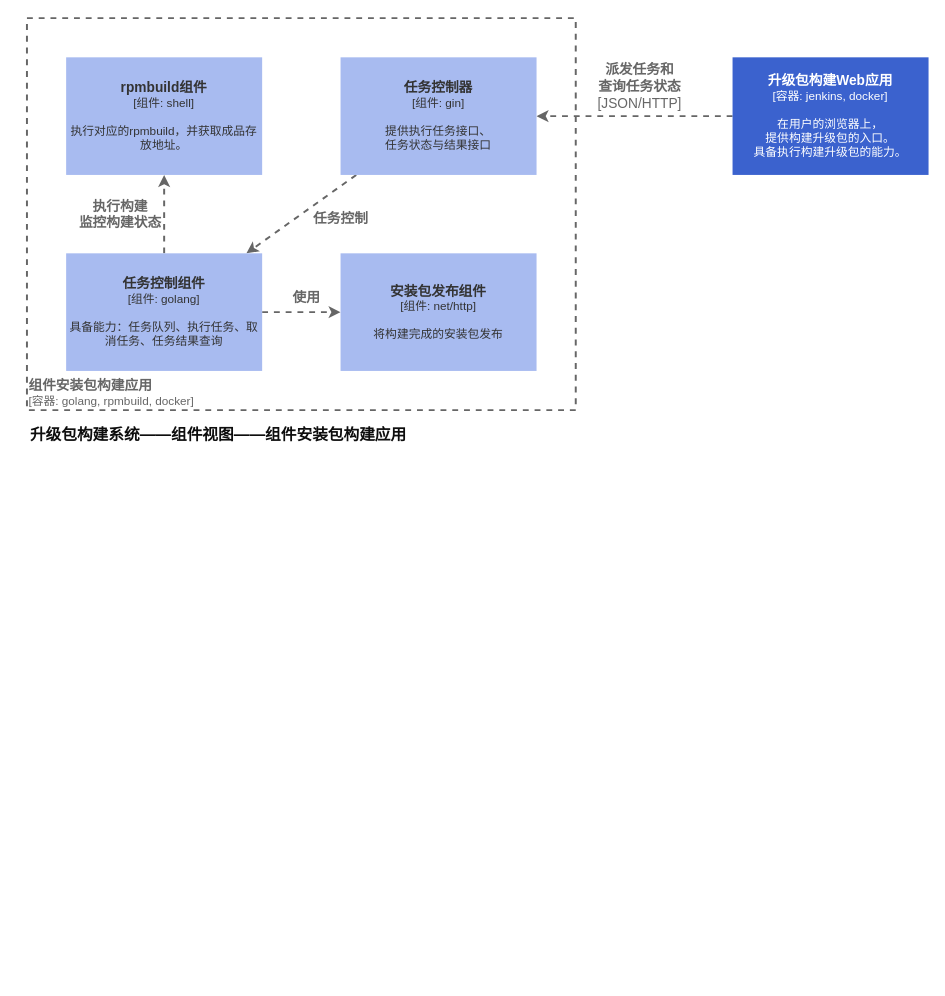
xiahaohai123/Blog keeps this draw.io diagram as page "交互图" (4 of 4) of Programmar/project/upgrade_package_factory/构建demo设计图.drawio. Above is the earlier version. Source tidied: cells renumbered, new cells numbered last; positions are measured from the earlier drawing's top-left corner, leaving out a move shared by most shapes. Both pictures are drawn from the tidied source at 98%, with x=0, y=0 at pixel (17, 18).
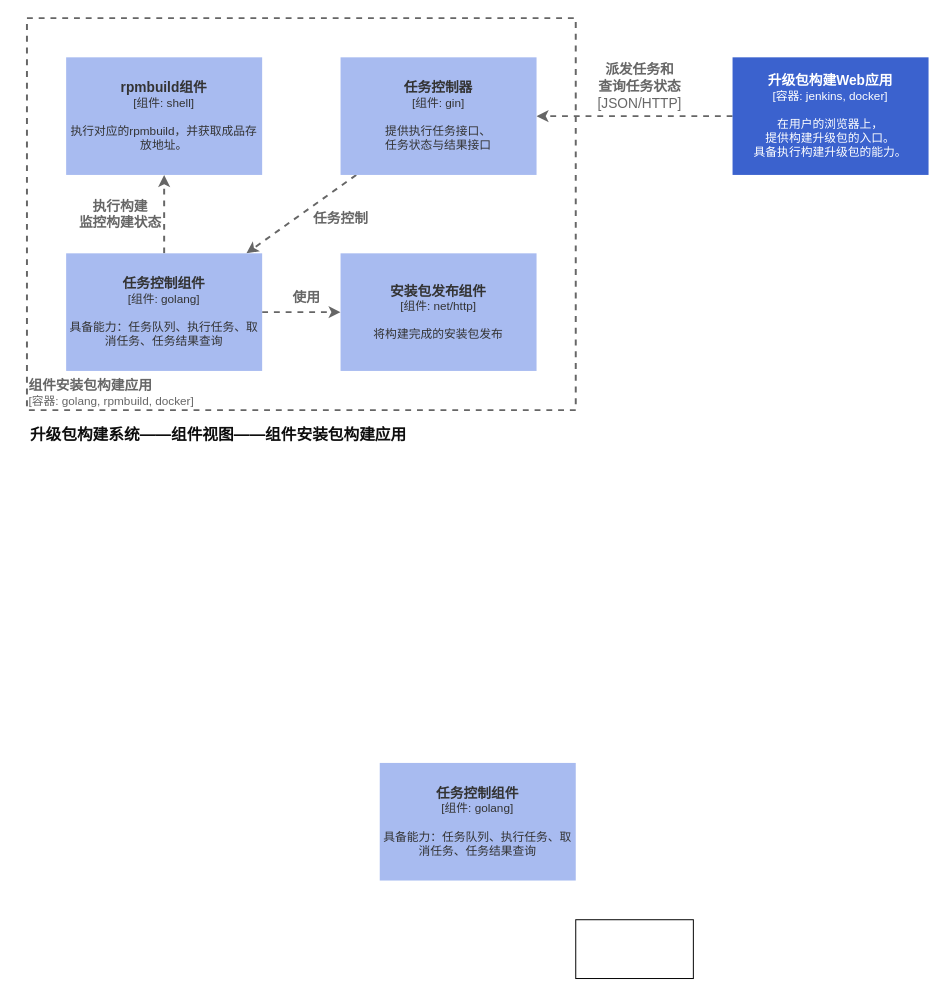
The same diagram, later.

What changed in the source:
```diff
@@
 <mxGraphModel>
   <root>
     <mxCell id="0" />
     <mxCell id="1" parent="0" />
     <mxCell id="2" value="&lt;span style=&quot;font-size: 14px;&quot;&gt;&lt;b&gt;组件安装包构建应用&lt;br&gt;&lt;/b&gt;&lt;/span&gt;[容器: golang, rpmbuild, docker]" style="rounded=0;whiteSpace=wrap;html=1;fontSize=12;fontColor=#666666;strokeColor=#666666;fillColor=none;align=left;verticalAlign=bottom;dashed=1;strokeWidth=2;" parent="1" vertex="1">
       <mxGeometry x="10" width="560" height="400" as="geometry" />
     </mxCell>
     <mxCell id="3" style="edgeStyle=none;rounded=1;jettySize=auto;html=1;dashed=1;strokeColor=#666666;strokeWidth=2;fontSize=14;fontColor=#666666;" parent="1" edge="1" source="4" target="8">
       <mxGeometry relative="1" as="geometry" />
     </mxCell>
     <mxCell id="4" value="&lt;span style=&quot;font-size: 14px;&quot;&gt;&lt;b&gt;升级包构建Web应用&lt;br&gt;&lt;/b&gt;&lt;/span&gt;[容器: jenkins, docker]&lt;br&gt;&lt;br&gt;在用户的浏览器上，&lt;br&gt;提供构建升级包的入口。&lt;br&gt;具备执行构建升级包的能力。" style="rounded=0;whiteSpace=wrap;html=1;fontSize=12;fontColor=#FFFFFF;strokeColor=none;fillColor=#3B62CE;" parent="1" vertex="1">
       <mxGeometry x="730" y="40" width="200" height="120" as="geometry" />
     </mxCell>
     <mxCell id="5" value="&lt;b&gt;派发任务和&lt;br&gt;查询任务状态&lt;/b&gt;&lt;br&gt;[JSON/HTTP]" style="text;html=1;align=center;verticalAlign=middle;strokeColor=none;fillColor=none;fontSize=14;fontColor=#666666;" parent="1" vertex="1">
       <mxGeometry x="580" y="40" width="110" height="60" as="geometry" />
     </mxCell>
     <mxCell id="6" value="&lt;b&gt;升级包构建系统——组件视图——组件安装包构建应用&lt;/b&gt;" style="text;html=1;align=center;verticalAlign=middle;strokeColor=none;fillColor=none;fontSize=16;fontColor=#0D0D0D;spacing=2;" parent="1" vertex="1">
       <mxGeometry y="410" width="410" height="30" as="geometry" />
     </mxCell>
     <mxCell id="7" style="edgeStyle=none;rounded=1;jettySize=auto;html=1;dashed=1;strokeColor=#666666;strokeWidth=2;fontSize=16;fontColor=#333333;" parent="1" edge="1" source="8" target="11">
       <mxGeometry relative="1" as="geometry" />
     </mxCell>
     <mxCell id="8" value="&lt;span style=&quot;font-size: 14px;&quot;&gt;&lt;b&gt;任务控制器&lt;br&gt;&lt;/b&gt;&lt;/span&gt;[组件: gin]&lt;br&gt;&lt;br&gt;提供执行任务接口、&lt;br&gt;任务状态与结果接口" style="rounded=0;whiteSpace=wrap;html=1;fontSize=12;fontColor=#333333;strokeColor=none;fillColor=#A8BBF0;" parent="1" vertex="1">
       <mxGeometry x="330" y="40" width="200" height="120" as="geometry" />
     </mxCell>
     <mxCell id="9" style="edgeStyle=none;rounded=1;jettySize=auto;html=1;dashed=1;strokeColor=#666666;strokeWidth=2;fontSize=16;fontColor=#333333;" parent="1" edge="1" source="11" target="12">
       <mxGeometry relative="1" as="geometry" />
     </mxCell>
     <mxCell id="10" style="edgeStyle=none;rounded=1;jettySize=auto;html=1;dashed=1;strokeColor=#666666;strokeWidth=2;fontSize=16;fontColor=#333333;" parent="1" edge="1" source="11" target="13">
       <mxGeometry relative="1" as="geometry" />
     </mxCell>
     <mxCell id="11" value="&lt;span style=&quot;font-size: 14px;&quot;&gt;&lt;b&gt;任务控制组件&lt;br&gt;&lt;/b&gt;&lt;/span&gt;[组件: golang]&lt;br&gt;&lt;br&gt;具备能力：任务队列、执行任务、取消任务、任务结果查询" style="rounded=0;whiteSpace=wrap;html=1;fontSize=12;fontColor=#333333;strokeColor=none;fillColor=#A8BBF0;" parent="1" vertex="1">
       <mxGeometry x="50" y="240" width="200" height="120" as="geometry" />
     </mxCell>
     <mxCell id="12" value="&lt;span style=&quot;font-size: 14px;&quot;&gt;&lt;b&gt;rpmbuild组件&lt;br&gt;&lt;/b&gt;&lt;/span&gt;[组件: shell]&lt;br&gt;&lt;br&gt;执行对应的rpmbuild，并获取成品存放地址。" style="rounded=0;whiteSpace=wrap;html=1;fontSize=12;fontColor=#333333;strokeColor=none;fillColor=#A8BBF0;" parent="1" vertex="1">
       <mxGeometry x="50" y="40" width="200" height="120" as="geometry" />
     </mxCell>
     <mxCell id="13" value="&lt;span style=&quot;font-size: 14px;&quot;&gt;&lt;b&gt;安装包发布组件&lt;br&gt;&lt;/b&gt;&lt;/span&gt;[组件: net/http]&lt;br&gt;&lt;br&gt;将构建完成的安装包发布" style="rounded=0;whiteSpace=wrap;html=1;fontSize=12;fontColor=#333333;strokeColor=none;fillColor=#A8BBF0;" parent="1" vertex="1">
       <mxGeometry x="330" y="240" width="200" height="120" as="geometry" />
     </mxCell>
     <mxCell id="14" value="任务控制" style="text;html=1;align=center;verticalAlign=middle;strokeColor=none;fillColor=none;fontSize=14;fontColor=#666666;fontStyle=1;" parent="1" vertex="1">
       <mxGeometry x="290" y="190" width="80" height="30" as="geometry" />
     </mxCell>
     <mxCell id="15" value="执行构建&lt;br&gt;监控构建状态" style="text;html=1;align=center;verticalAlign=middle;strokeColor=none;fillColor=none;fontSize=14;fontColor=#666666;fontStyle=1;" parent="1" vertex="1">
       <mxGeometry x="50" y="175" width="110" height="50" as="geometry" />
     </mxCell>
     <mxCell id="16" value="使用" style="text;html=1;align=center;verticalAlign=middle;strokeColor=none;fillColor=none;fontSize=14;fontColor=#666666;fontStyle=1;" parent="1" vertex="1">
       <mxGeometry x="270" y="270" width="50" height="30" as="geometry" />
     </mxCell>
+    <mxCell id="17" value="&lt;span style=&quot;font-size: 14px;&quot;&gt;&lt;b&gt;任务控制组件&lt;br&gt;&lt;/b&gt;&lt;/span&gt;[组件: golang]&lt;br&gt;&lt;br&gt;具备能力：任务队列、执行任务、取消任务、任务结果查询" style="rounded=0;whiteSpace=wrap;html=1;fontSize=12;fontColor=#333333;strokeColor=none;fillColor=#A8BBF0;" parent="1" vertex="1">
+      <mxGeometry x="370" y="760" width="200" height="120" as="geometry" />
+    </mxCell>
+    <mxCell id="18" style="rounded=0;whiteSpace=wrap;html=1;" parent="1" vertex="1">
+      <mxGeometry x="570" y="920" width="120" height="60" as="geometry" />
+    </mxCell>
   </root>
 </mxGraphModel>
```
